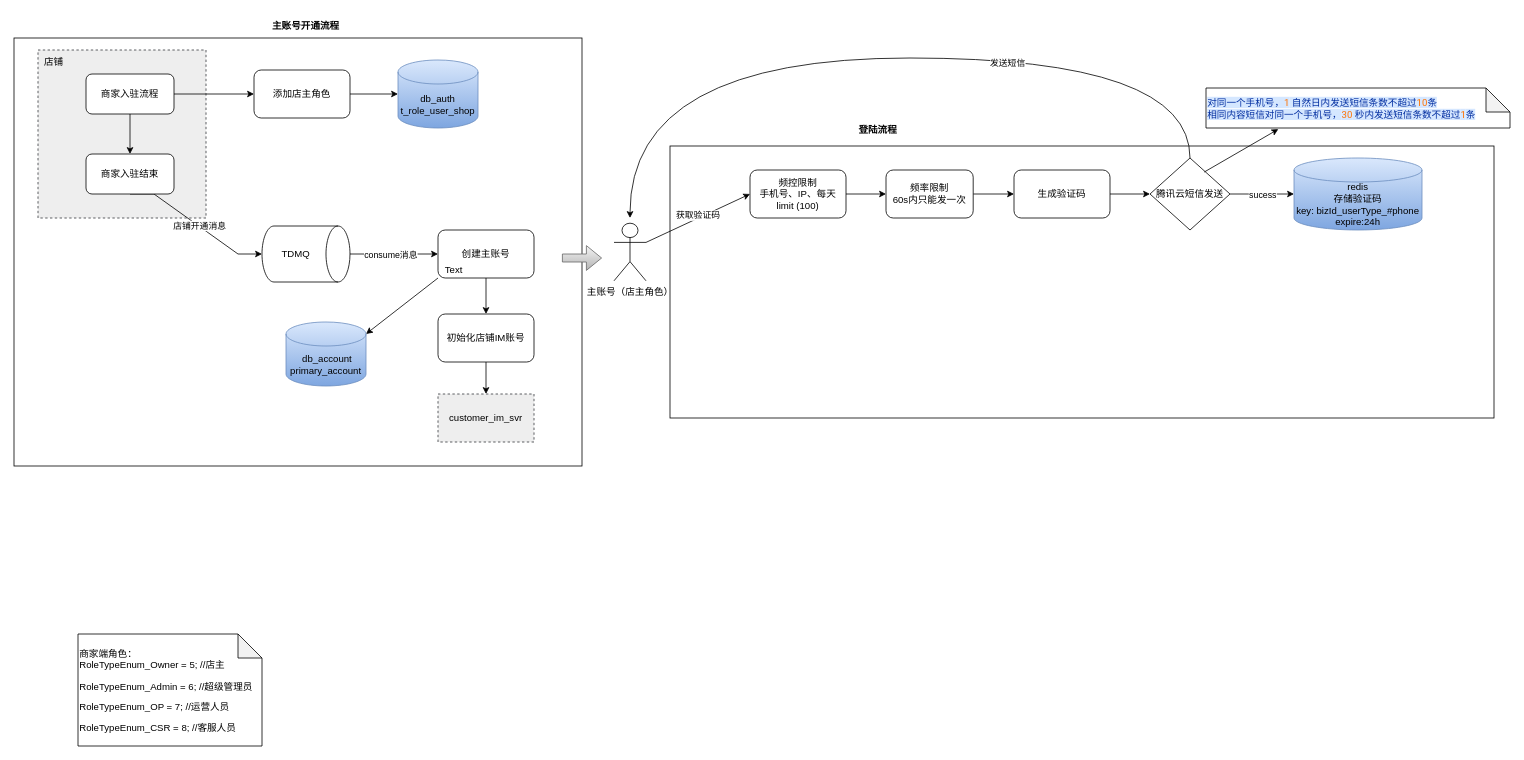
This is page "Page-20" (17 of 17) of src/flow.drawio from zengcrvip/basedemo, a draw.io file, before an edit. Source tidied: cells renumbered, new cells numbered last; positions are measured from the earlier drawing's top-left corner, leaving out a move shared by most shapes. Both pictures are drawn from the tidied source at 80%, with x=0, y=0 at pixel (14, 14).
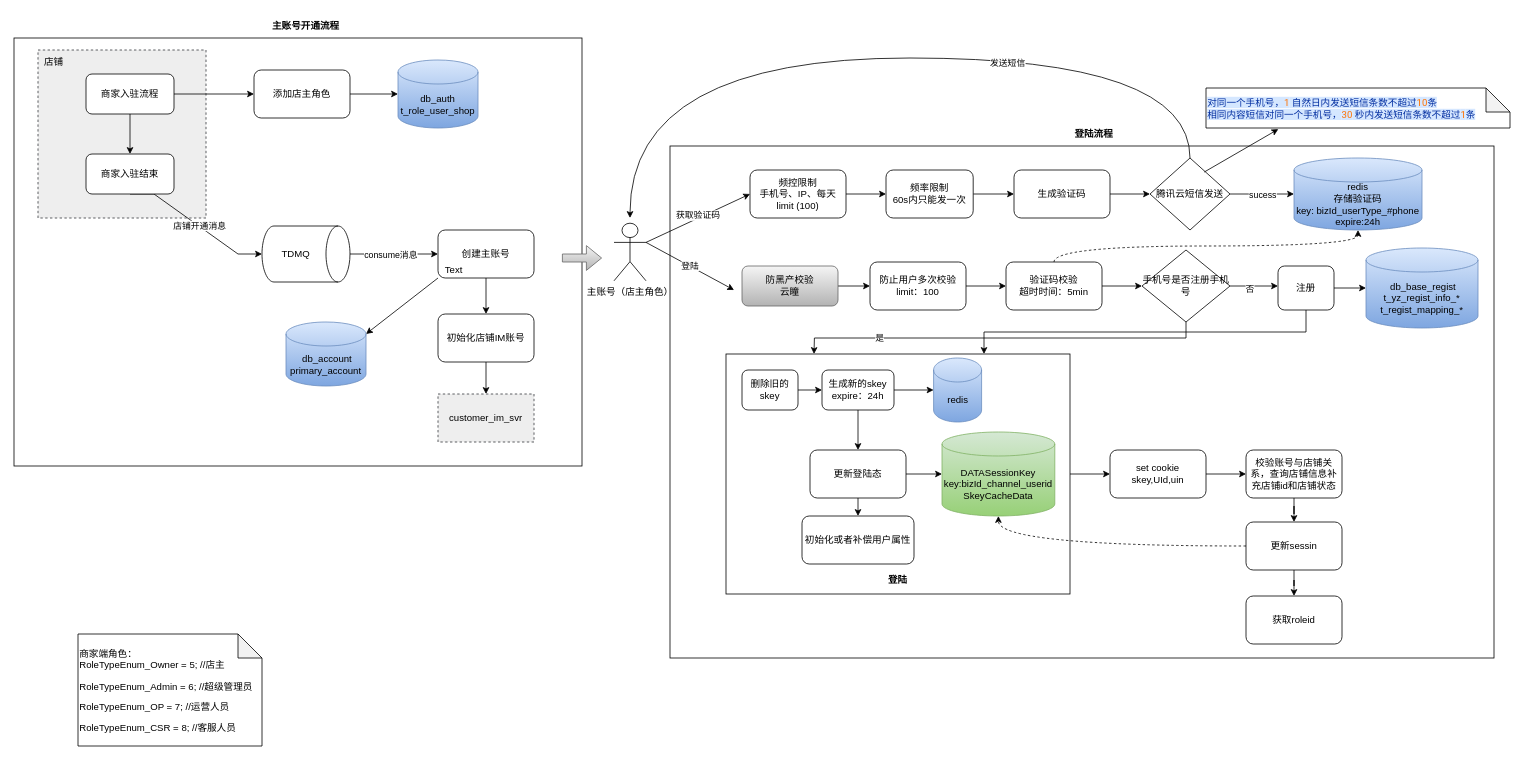
The same diagram, later.

The change refers to these unchanged cells:
```xml
<mxCell id="29" value="主账号（店主角色）" style="shape=umlActor;verticalLabelPosition=bottom;verticalAlign=top;html=1;outlineConnect=0;" parent="1" vertex="1">
  <mxGeometry x="750" y="261.5" width="40" height="72" as="geometry" />
</mxCell>
<mxCell id="44" value="redis&lt;br&gt;存储验证码&lt;br&gt;key: bizId_userType_#phone&lt;br&gt;expire:24h" style="shape=cylinder3;whiteSpace=wrap;html=1;boundedLbl=1;backgroundOutline=1;size=15;fillColor=#dae8fc;gradientColor=#7ea6e0;strokeColor=#6c8ebf;" parent="1" vertex="1">
  <mxGeometry x="1600" y="180" width="160" height="90" as="geometry" />
</mxCell>
```

Change to the diagram source:
```diff
@@
     <mxCell id="2" style="rounded=0;whiteSpace=wrap;html=1;" parent="1" vertex="1">
-      <mxGeometry x="820" y="165" width="1030" height="340" as="geometry" />
+      <mxGeometry x="820" y="165" width="1030" height="640" as="geometry" />
     </mxCell>
+    <mxCell id="47" style="edgeStyle=orthogonalEdgeStyle;rounded=0;jettySize=auto;html=1;exitX=1;exitY=0.5;exitDx=0;exitDy=0;entryX=0;entryY=0.5;entryDx=0;entryDy=0;" parent="1" edge="1" source="48" target="79">
+      <mxGeometry relative="1" as="geometry" />
+    </mxCell>
+    <mxCell id="48" style="rounded=0;whiteSpace=wrap;html=1;" parent="1" vertex="1">
+      <mxGeometry x="890" y="425" width="430" height="300" as="geometry" />
+    </mxCell>
@@
+    <mxCell id="49" value="登陆" style="edgeStyle=none;rounded=0;jettySize=auto;html=1;exitX=1;exitY=0.3333333333333333;exitDx=0;exitDy=0;exitPerimeter=0;entryX=-0.083;entryY=0.6;entryDx=0;entryDy=0;entryPerimeter=0;" parent="1" edge="1" source="29" target="51">
+      <mxGeometry relative="1" as="geometry" />
+    </mxCell>
@@
     <mxCell id="32" value="&lt;b&gt;登陆流程&lt;/b&gt;" style="text;html=1;strokeColor=none;fillColor=none;align=center;verticalAlign=middle;whiteSpace=wrap;rounded=0;" parent="1" vertex="1">
-      <mxGeometry x="1030" y="130" width="100" height="30" as="geometry" />
+      <mxGeometry x="1300" y="135" width="100" height="30" as="geometry" />
     </mxCell>
@@
+    <mxCell id="50" style="edgeStyle=none;rounded=0;jettySize=auto;html=1;exitX=1;exitY=0.5;exitDx=0;exitDy=0;entryX=0;entryY=0.5;entryDx=0;entryDy=0;" parent="1" edge="1" source="51" target="53">
+      <mxGeometry relative="1" as="geometry" />
+    </mxCell>
+    <mxCell id="51" value="防黑产校验&lt;br&gt;云瞳" style="rounded=1;whiteSpace=wrap;html=1;fillColor=#f5f5f5;gradientColor=#b3b3b3;strokeColor=#666666;" parent="1" vertex="1">
+      <mxGeometry x="910" y="315" width="120" height="50" as="geometry" />
+    </mxCell>
+    <mxCell id="52" style="edgeStyle=none;rounded=0;jettySize=auto;html=1;exitX=1;exitY=0.5;exitDx=0;exitDy=0;" parent="1" edge="1" source="53" target="57">
+      <mxGeometry relative="1" as="geometry" />
+    </mxCell>
+    <mxCell id="53" value="防止用户多次校验&lt;br&gt;limit：100" style="rounded=1;whiteSpace=wrap;html=1;" parent="1" vertex="1">
+      <mxGeometry x="1070" y="310" width="120" height="60" as="geometry" />
+    </mxCell>
+    <mxCell id="54" value="初始化或者补偿用户属性" style="rounded=1;whiteSpace=wrap;html=1;" parent="1" vertex="1">
+      <mxGeometry x="985" y="627.5" width="140" height="60" as="geometry" />
+    </mxCell>
+    <mxCell id="55" style="edgeStyle=none;rounded=0;jettySize=auto;html=1;exitX=1;exitY=0.5;exitDx=0;exitDy=0;" parent="1" edge="1" source="57" target="62">
+      <mxGeometry relative="1" as="geometry" />
+    </mxCell>
+    <mxCell id="56" style="edgeStyle=orthogonalEdgeStyle;curved=1;rounded=0;jettySize=auto;html=1;exitX=0.5;exitY=0;exitDx=0;exitDy=0;dashed=1;elbow=vertical;" parent="1" edge="1" source="57" target="44">
+      <mxGeometry relative="1" as="geometry" />
+    </mxCell>
+    <mxCell id="57" value="验证码校验&lt;br&gt;超时时间：5min" style="rounded=1;whiteSpace=wrap;html=1;" parent="1" vertex="1">
+      <mxGeometry x="1240" y="310" width="120" height="60" as="geometry" />
+    </mxCell>
+    <mxCell id="58" style="edgeStyle=none;rounded=0;jettySize=auto;html=1;exitX=1;exitY=0.5;exitDx=0;exitDy=0;entryX=0;entryY=0.5;entryDx=0;entryDy=0;" parent="1" edge="1" source="62">
+      <mxGeometry relative="1" as="geometry">
+        <mxPoint x="1580" y="340" as="targetPoint" />
+      </mxGeometry>
+    </mxCell>
+    <mxCell id="59" value="否" style="edgeLabel;html=1;align=center;verticalAlign=middle;" parent="58" vertex="1">
+      <mxGeometry x="-0.2" y="-3" relative="1" as="geometry" />
+    </mxCell>
+    <mxCell id="60" style="edgeStyle=orthogonalEdgeStyle;rounded=0;jettySize=auto;html=1;exitX=0.5;exitY=1;exitDx=0;exitDy=0;entryX=0.5;entryY=0;entryDx=0;entryDy=0;" parent="1" edge="1" source="62">
+      <mxGeometry relative="1" as="geometry">
+        <mxPoint x="1000" y="425" as="targetPoint" />
+      </mxGeometry>
+    </mxCell>
+    <mxCell id="61" value="是" style="edgeLabel;html=1;align=center;verticalAlign=middle;" parent="60" vertex="1">
+      <mxGeometry x="0.6" y="-1" relative="1" as="geometry" />
+    </mxCell>
+    <mxCell id="62" value="手机号是否注册手机号" style="rhombus;whiteSpace=wrap;html=1;" parent="1" vertex="1">
+      <mxGeometry x="1410" y="295" width="110" height="90" as="geometry" />
+    </mxCell>
+    <mxCell id="63" style="edgeStyle=none;rounded=0;jettySize=auto;html=1;exitX=1;exitY=0.5;exitDx=0;exitDy=0;entryX=0;entryY=0.5;entryDx=0;entryDy=0;entryPerimeter=0;" parent="1" edge="1" source="65" target="66">
+      <mxGeometry relative="1" as="geometry" />
+    </mxCell>
+    <mxCell id="64" style="edgeStyle=orthogonalEdgeStyle;rounded=0;jettySize=auto;html=1;exitX=0.5;exitY=1;exitDx=0;exitDy=0;entryX=0.75;entryY=0;entryDx=0;entryDy=0;elbow=vertical;" parent="1" edge="1" source="65" target="48">
+      <mxGeometry relative="1" as="geometry" />
+    </mxCell>
+    <mxCell id="65" value="注册" style="rounded=1;whiteSpace=wrap;html=1;" parent="1" vertex="1">
+      <mxGeometry x="1580" y="315" width="70" height="55" as="geometry" />
+    </mxCell>
+    <mxCell id="66" value="&lt;div&gt;&amp;nbsp;db_base_regist&lt;/div&gt;&lt;div&gt;t_yz_regist_info_*&lt;/div&gt;&lt;div&gt;t_regist_mapping_*&lt;/div&gt;" style="shape=cylinder3;whiteSpace=wrap;html=1;boundedLbl=1;backgroundOutline=1;size=15;fillColor=#dae8fc;gradientColor=#7ea6e0;strokeColor=#6c8ebf;" parent="1" vertex="1">
+      <mxGeometry x="1690" y="292.5" width="140" height="100" as="geometry" />
+    </mxCell>
+    <mxCell id="67" style="edgeStyle=orthogonalEdgeStyle;rounded=0;jettySize=auto;html=1;exitX=1;exitY=0.5;exitDx=0;exitDy=0;entryX=0;entryY=0.5;entryDx=0;entryDy=0;" parent="1" edge="1" source="68" target="71">
+      <mxGeometry relative="1" as="geometry" />
+    </mxCell>
+    <mxCell id="68" value="删除旧的skey" style="rounded=1;whiteSpace=wrap;html=1;" parent="1" vertex="1">
+      <mxGeometry x="910" y="445" width="70" height="50" as="geometry" />
+    </mxCell>
+    <mxCell id="69" style="edgeStyle=orthogonalEdgeStyle;rounded=0;jettySize=auto;html=1;exitX=1;exitY=0.5;exitDx=0;exitDy=0;" parent="1" edge="1" source="71" target="75">
+      <mxGeometry relative="1" as="geometry" />
+    </mxCell>
+    <mxCell id="70" style="edgeStyle=orthogonalEdgeStyle;rounded=0;jettySize=auto;html=1;exitX=0.5;exitY=1;exitDx=0;exitDy=0;" parent="1" edge="1" source="71" target="74">
+      <mxGeometry relative="1" as="geometry" />
+    </mxCell>
+    <mxCell id="71" value="生成新的skey&lt;br&gt;expire：24h" style="rounded=1;whiteSpace=wrap;html=1;" parent="1" vertex="1">
+      <mxGeometry x="1010" y="445" width="90" height="50" as="geometry" />
+    </mxCell>
+    <mxCell id="72" style="edgeStyle=orthogonalEdgeStyle;rounded=0;jettySize=auto;html=1;exitX=1;exitY=0.5;exitDx=0;exitDy=0;" parent="1" edge="1" source="74" target="76">
+      <mxGeometry relative="1" as="geometry" />
+    </mxCell>
+    <mxCell id="73" style="edgeStyle=orthogonalEdgeStyle;rounded=0;jettySize=auto;html=1;exitX=0.5;exitY=1;exitDx=0;exitDy=0;entryX=0.5;entryY=0;entryDx=0;entryDy=0;" parent="1" edge="1" source="74" target="54">
+      <mxGeometry relative="1" as="geometry" />
+    </mxCell>
+    <mxCell id="74" value="更新登陆态" style="rounded=1;whiteSpace=wrap;html=1;" parent="1" vertex="1">
+      <mxGeometry x="995" y="545" width="120" height="60" as="geometry" />
+    </mxCell>
+    <mxCell id="75" value="redis&lt;br&gt;" style="shape=cylinder3;whiteSpace=wrap;html=1;boundedLbl=1;backgroundOutline=1;size=15;fillColor=#dae8fc;gradientColor=#7ea6e0;strokeColor=#6c8ebf;" parent="1" vertex="1">
+      <mxGeometry x="1149.5" y="430" width="60" height="80" as="geometry" />
+    </mxCell>
+    <mxCell id="76" value="DATASessionKey&lt;br&gt;key:bizId_channel_userid&lt;br&gt;SkeyCacheData" style="shape=cylinder3;whiteSpace=wrap;html=1;boundedLbl=1;backgroundOutline=1;size=15;fillColor=#d5e8d4;strokeColor=#82b366;gradientColor=#97d077;" parent="1" vertex="1">
+      <mxGeometry x="1160" y="522.5" width="141" height="105" as="geometry" />
+    </mxCell>
+    <mxCell id="77" value="&lt;b&gt;登陆&lt;/b&gt;" style="text;html=1;strokeColor=none;fillColor=none;align=center;verticalAlign=middle;whiteSpace=wrap;rounded=0;" parent="1" vertex="1">
+      <mxGeometry x="1065" y="687.5" width="80" height="40" as="geometry" />
+    </mxCell>
+    <mxCell id="78" style="edgeStyle=orthogonalEdgeStyle;rounded=0;jettySize=auto;html=1;exitX=1;exitY=0.5;exitDx=0;exitDy=0;" parent="1" edge="1" source="79" target="81">
+      <mxGeometry relative="1" as="geometry" />
+    </mxCell>
+    <mxCell id="79" value="set cookie&lt;br&gt;skey,UId,uin" style="rounded=1;whiteSpace=wrap;html=1;" parent="1" vertex="1">
+      <mxGeometry x="1370" y="545" width="120" height="60" as="geometry" />
+    </mxCell>
+    <mxCell id="80" style="edgeStyle=orthogonalEdgeStyle;rounded=0;jettySize=auto;html=1;exitX=0.5;exitY=1;exitDx=0;exitDy=0;" parent="1" edge="1" source="81" target="84">
+      <mxGeometry relative="1" as="geometry" />
+    </mxCell>
+    <mxCell id="81" value="校验账号与店铺关系，查询店铺信息补充店铺id和店铺状态" style="rounded=1;whiteSpace=wrap;html=1;" parent="1" vertex="1">
+      <mxGeometry x="1540" y="545" width="120" height="60" as="geometry" />
+    </mxCell>
+    <mxCell id="82" style="edgeStyle=orthogonalEdgeStyle;rounded=0;jettySize=auto;html=1;exitX=0;exitY=0.5;exitDx=0;exitDy=0;entryX=0.5;entryY=1;entryDx=0;entryDy=0;entryPerimeter=0;elbow=vertical;curved=1;dashed=1;" parent="1" edge="1" source="84" target="76">
+      <mxGeometry relative="1" as="geometry" />
+    </mxCell>
+    <mxCell id="83" style="edgeStyle=orthogonalEdgeStyle;rounded=0;jettySize=auto;html=1;exitX=0.5;exitY=1;exitDx=0;exitDy=0;elbow=vertical;" parent="1" edge="1" source="84" target="85">
+      <mxGeometry relative="1" as="geometry" />
+    </mxCell>
+    <mxCell id="84" value="更新sessin" style="rounded=1;whiteSpace=wrap;html=1;" parent="1" vertex="1">
+      <mxGeometry x="1540" y="635" width="120" height="60" as="geometry" />
+    </mxCell>
+    <mxCell id="85" value="获取roleid" style="rounded=1;whiteSpace=wrap;html=1;" parent="1" vertex="1">
+      <mxGeometry x="1540" y="727.5" width="120" height="60" as="geometry" />
+    </mxCell>
```
